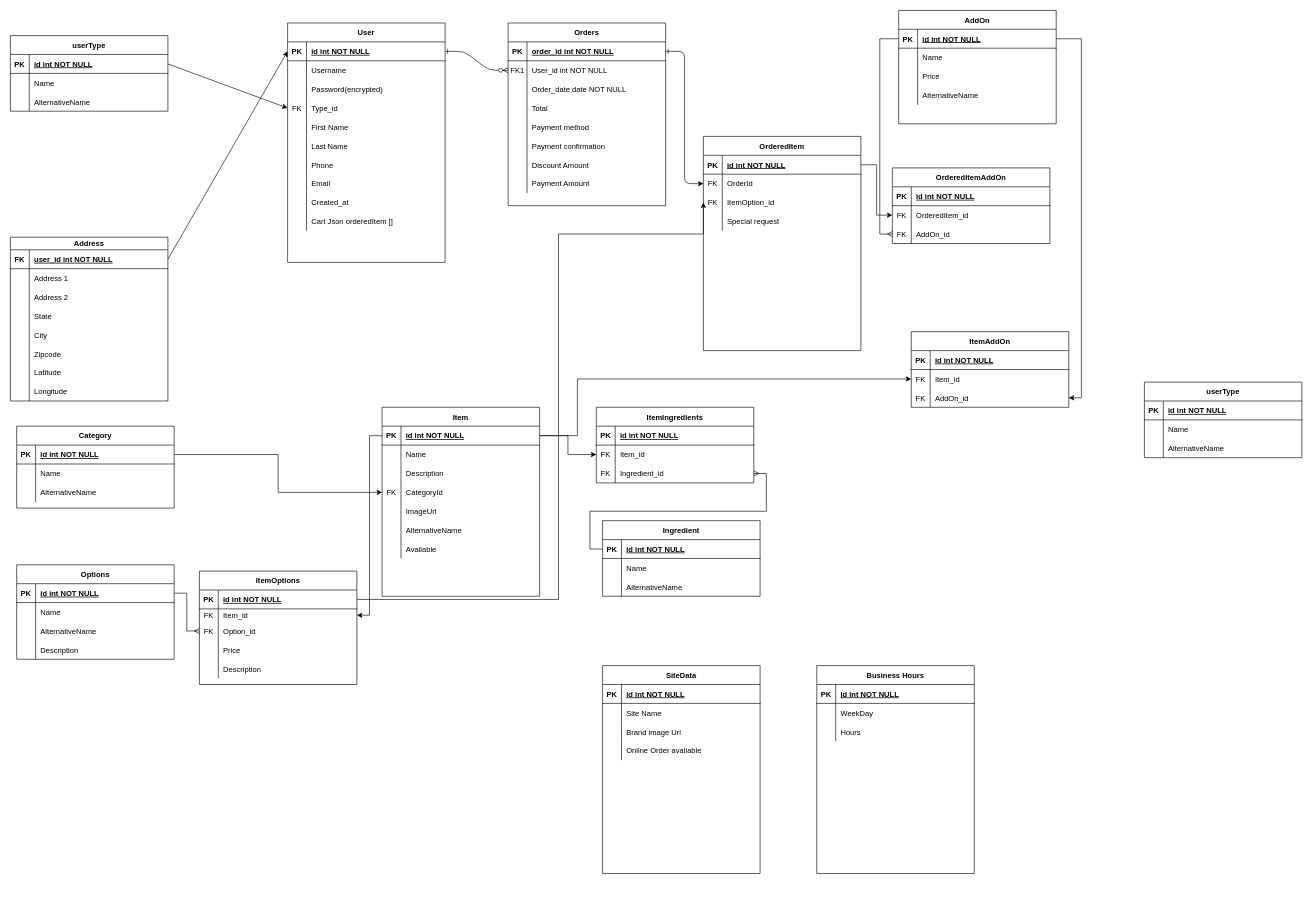
Earlier version of the draw.io diagram database-relationship.drawio (w286432531/ai-restaurant-app). Source tidied: cells renumbered, new cells numbered last; positions are measured from the earlier drawing's top-left corner, leaving out a move shared by most shapes. Both pictures are drawn from the tidied source at 63%, with x=0, y=0 at pixel (10, 10).
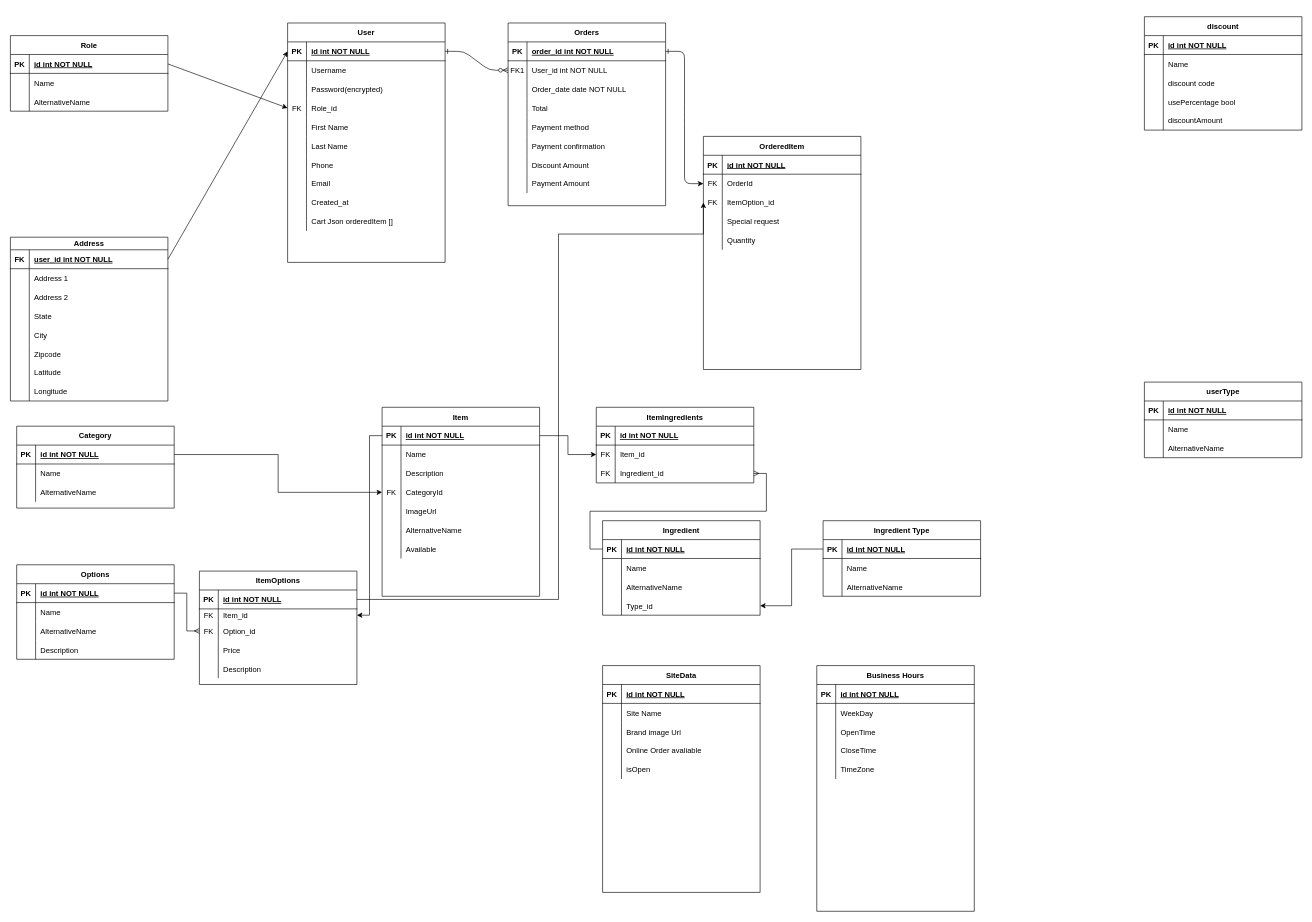
The same diagram, later.

Commit message (it also covers changes not shown here):
Modify schema file and drawing

Changed all decimal to int
Add comments
Replaced add on tables and relationships with ingredients.

Unchanged cells that the change refers to:
```xml
<mxCell id="39" style="shape=partialRectangle;fillColor=none;points=[[0,0.5],[1,0.5]];portConstraint=eastwest;top=0;left=0;right=0;bottom=0;" parent="29" vertex="1">
  <mxGeometry y="120" width="250" height="30" as="geometry" />
</mxCell>
<mxCell id="71" style="shape=partialRectangle;fillColor=none;points=[[0,0.5],[1,0.5]];portConstraint=eastwest;top=0;left=0;right=0;bottom=1;" parent="70" vertex="1">
  <mxGeometry y="30" width="250" height="30" as="geometry" />
</mxCell>
<mxCell id="207" style="shape=partialRectangle;fillColor=none;points=[[0,0.5],[1,0.5]];portConstraint=eastwest;top=0;left=0;right=0;bottom=1;" parent="206" vertex="1">
  <mxGeometry y="30" width="250" height="30" as="geometry" />
</mxCell>
<mxCell id="264" style="shape=partialRectangle;fillColor=none;top=0;left=0;right=0;bottom=0;" parent="257" vertex="1">
  <mxGeometry y="90" width="250" height="30" as="geometry" />
</mxCell>
```

What changed in the source:
```diff
@@
-    <mxCell id="41" value="Type_id" style="shape=partialRectangle;overflow=hidden;fillColor=none;top=0;left=0;bottom=0;right=0;align=left;spacingLeft=6;" parent="39" vertex="1">
+    <mxCell id="41" value="Role_id" style="shape=partialRectangle;overflow=hidden;fillColor=none;top=0;left=0;bottom=0;right=0;align=left;spacingLeft=6;" parent="39" vertex="1">
       <mxGeometry x="30" width="220" height="30" as="geometry" />
     </mxCell>
@@
-    <mxCell id="117" value="userType" style="shape=table;startSize=30;childLayout=tableLayout;rowLines=0;fontStyle=1;align=center;" parent="1" vertex="1">
+    <mxCell id="117" value="Role" style="shape=table;startSize=30;childLayout=tableLayout;rowLines=0;fontStyle=1;align=center;" parent="1" vertex="1">
       <mxGeometry y="40" width="250" height="120" as="geometry" />
     </mxCell>
@@
-    <mxCell id="143" value="AddOn" style="shape=table;startSize=30;childLayout=tableLayout;rowLines=0;fontStyle=1;align=center;" parent="1" vertex="1">
-      <mxGeometry x="1410" width="250" height="180" as="geometry" />
-    </mxCell>
-    <mxCell id="144" style="shape=partialRectangle;fillColor=none;points=[[0,0.5],[1,0.5]];portConstraint=eastwest;top=0;left=0;right=0;bottom=1;" parent="143" vertex="1">
-      <mxGeometry y="30" width="250" height="30" as="geometry" />
-    </mxCell>
-    <mxCell id="145" value="PK" style="shape=partialRectangle;overflow=hidden;fillColor=none;top=0;left=0;bottom=0;right=0;fontStyle=1;" parent="144" vertex="1">
-      <mxGeometry width="30" height="30" as="geometry" />
-    </mxCell>
-    <mxCell id="146" value="id int NOT NULL " style="shape=partialRectangle;overflow=hidden;fillColor=none;top=0;left=0;bottom=0;right=0;align=left;spacingLeft=6;fontStyle=5;" parent="144" vertex="1">
-      <mxGeometry x="30" width="220" height="30" as="geometry" />
-    </mxCell>
-    <mxCell id="147" style="shape=partialRectangle;fillColor=none;top=0;left=0;right=0;bottom=0;" parent="143" vertex="1">
-      <mxGeometry y="60" width="250" height="30" as="geometry" />
-    </mxCell>
-    <mxCell id="148" style="shape=partialRectangle;overflow=hidden;fillColor=none;top=0;left=0;bottom=0;right=0;" parent="147" vertex="1">
-      <mxGeometry width="30" height="30" as="geometry" />
-    </mxCell>
-    <mxCell id="149" value="Name" style="shape=partialRectangle;overflow=hidden;fillColor=none;top=0;left=0;bottom=0;right=0;align=left;spacingLeft=6;" parent="147" vertex="1">
-      <mxGeometry x="30" width="220" height="30" as="geometry" />
-    </mxCell>
-    <mxCell id="150" style="shape=partialRectangle;fillColor=none;top=0;left=0;right=0;bottom=0;" parent="143" vertex="1">
-      <mxGeometry y="90" width="250" height="30" as="geometry" />
-    </mxCell>
-    <mxCell id="151" style="shape=partialRectangle;overflow=hidden;fillColor=none;top=0;left=0;bottom=0;right=0;" parent="150" vertex="1">
-      <mxGeometry width="30" height="30" as="geometry" />
-    </mxCell>
-    <mxCell id="152" value="Price" style="shape=partialRectangle;overflow=hidden;fillColor=none;top=0;left=0;bottom=0;right=0;align=left;spacingLeft=6;" parent="150" vertex="1">
-      <mxGeometry x="30" width="220" height="30" as="geometry" />
-    </mxCell>
-    <mxCell id="153" style="shape=partialRectangle;fillColor=none;top=0;left=0;right=0;bottom=0;" parent="143" vertex="1">
-      <mxGeometry y="120" width="250" height="30" as="geometry" />
-    </mxCell>
-    <mxCell id="154" style="shape=partialRectangle;overflow=hidden;fillColor=none;top=0;left=0;bottom=0;right=0;" parent="153" vertex="1">
-      <mxGeometry width="30" height="30" as="geometry" />
-    </mxCell>
-    <mxCell id="155" value="AlternativeName" style="shape=partialRectangle;overflow=hidden;fillColor=none;top=0;left=0;bottom=0;right=0;align=left;spacingLeft=6;" parent="153" vertex="1">
-      <mxGeometry x="30" width="220" height="30" as="geometry" />
-    </mxCell>
@@
     <mxCell id="184" value="Ingredient" style="shape=table;startSize=30;childLayout=tableLayout;rowLines=0;fontStyle=1;align=center;" parent="1" vertex="1">
-      <mxGeometry x="940" y="810" width="250" height="120" as="geometry" />
+      <mxGeometry x="940" y="810" width="250" height="150" as="geometry" />
     </mxCell>
@@
+    <mxCell id="267" style="shape=partialRectangle;fillColor=none;points=[[0,0.5],[1,0.5]];portConstraint=eastwest;top=0;left=0;right=0;bottom=0;" parent="184" vertex="1">
+      <mxGeometry y="120" width="250" height="30" as="geometry" />
+    </mxCell>
+    <mxCell id="268" style="shape=partialRectangle;overflow=hidden;fillColor=none;top=0;left=0;bottom=0;right=0;" parent="267" vertex="1">
+      <mxGeometry width="30" height="30" as="geometry" />
+    </mxCell>
+    <mxCell id="269" value="Type_id" style="shape=partialRectangle;overflow=hidden;fillColor=none;top=0;left=0;bottom=0;right=0;align=left;spacingLeft=6;" parent="267" vertex="1">
+      <mxGeometry x="30" width="220" height="30" as="geometry" />
+    </mxCell>
@@
     <mxCell id="206" value="OrderedItem" style="shape=table;startSize=30;childLayout=tableLayout;rowLines=0;fontStyle=1;align=center;" parent="1" vertex="1">
-      <mxGeometry x="1100" y="200" width="250" height="340" as="geometry" />
+      <mxGeometry x="1100" y="200" width="250" height="370" as="geometry" />
     </mxCell>
@@
-    <mxCell id="219" value="OrderedItemAddOn" style="shape=table;startSize=30;childLayout=tableLayout;rowLines=0;fontStyle=1;align=center;" parent="1" vertex="1">
-      <mxGeometry x="1400" y="250" width="250" height="120" as="geometry" />
-    </mxCell>
-    <mxCell id="220" style="shape=partialRectangle;fillColor=none;top=0;left=0;right=0;bottom=1;" parent="219" vertex="1">
-      <mxGeometry y="30" width="250" height="30" as="geometry" />
-    </mxCell>
-    <mxCell id="221" value="PK" style="shape=partialRectangle;overflow=hidden;fillColor=none;top=0;left=0;bottom=0;right=0;fontStyle=1;" parent="220" vertex="1">
-      <mxGeometry width="30" height="30" as="geometry" />
-    </mxCell>
-    <mxCell id="222" value="id int NOT NULL " style="shape=partialRectangle;overflow=hidden;fillColor=none;top=0;left=0;bottom=0;right=0;align=left;spacingLeft=6;fontStyle=5;" parent="220" vertex="1">
-      <mxGeometry x="30" width="220" height="30" as="geometry" />
-    </mxCell>
-    <mxCell id="223" style="shape=partialRectangle;fillColor=none;points=[[0,0.5],[1,0.5]];portConstraint=eastwest;top=0;left=0;right=0;bottom=0;" parent="219" vertex="1">
-      <mxGeometry y="60" width="250" height="30" as="geometry" />
-    </mxCell>
-    <mxCell id="224" value="FK" style="shape=partialRectangle;overflow=hidden;fillColor=none;top=0;left=0;bottom=0;right=0;" parent="223" vertex="1">
-      <mxGeometry width="30" height="30" as="geometry" />
-    </mxCell>
-    <mxCell id="225" value="OrderedItem_id" style="shape=partialRectangle;overflow=hidden;fillColor=none;top=0;left=0;bottom=0;right=0;align=left;spacingLeft=6;" parent="223" vertex="1">
-      <mxGeometry x="30" width="220" height="30" as="geometry" />
-    </mxCell>
-    <mxCell id="226" style="shape=partialRectangle;fillColor=none;points=[[0,0.5],[1,0.5]];portConstraint=eastwest;top=0;left=0;right=0;bottom=0;" parent="219" vertex="1">
-      <mxGeometry y="90" width="250" height="30" as="geometry" />
-    </mxCell>
-    <mxCell id="227" value="FK" style="shape=partialRectangle;overflow=hidden;fillColor=none;top=0;left=0;bottom=0;right=0;" parent="226" vertex="1">
-      <mxGeometry width="30" height="30" as="geometry" />
-    </mxCell>
-    <mxCell id="228" value="AddOn_id" style="shape=partialRectangle;overflow=hidden;fillColor=none;top=0;left=0;bottom=0;right=0;align=left;spacingLeft=6;" parent="226" vertex="1">
-      <mxGeometry x="30" width="220" height="30" as="geometry" />
-    </mxCell>
+    <mxCell id="270" style="shape=partialRectangle;fillColor=none;top=0;left=0;right=0;bottom=0;" parent="206" vertex="1">
+      <mxGeometry y="150" width="250" height="30" as="geometry" />
+    </mxCell>
+    <mxCell id="271" style="shape=partialRectangle;overflow=hidden;fillColor=none;top=0;left=0;bottom=0;right=0;" parent="270" vertex="1">
+      <mxGeometry width="30" height="30" as="geometry" />
+    </mxCell>
+    <mxCell id="272" value="Quantity" style="shape=partialRectangle;overflow=hidden;fillColor=none;top=0;left=0;bottom=0;right=0;align=left;spacingLeft=6;" parent="270" vertex="1">
+      <mxGeometry x="30" width="220" height="30" as="geometry" />
+    </mxCell>
@@
-    <mxCell id="230" style="edgeStyle=orthogonalEdgeStyle;rounded=0;jettySize=auto;html=1;entryX=0;entryY=0.5;entryDx=0;entryDy=0;endArrow=ERmany;endFill=0;" parent="1" edge="1" source="144" target="226">
-      <mxGeometry relative="1" as="geometry" />
-    </mxCell>
-    <mxCell id="231" style="edgeStyle=orthogonalEdgeStyle;rounded=0;jettySize=auto;html=1;endArrow=classic;endFill=1;" parent="1" edge="1" source="207" target="223">
-      <mxGeometry relative="1" as="geometry" />
-    </mxCell>
-    <mxCell id="232" value="ItemAddOn" style="shape=table;startSize=30;childLayout=tableLayout;rowLines=0;fontStyle=1;align=center;" parent="1" vertex="1">
-      <mxGeometry x="1430" y="510" width="250" height="120" as="geometry" />
-    </mxCell>
-    <mxCell id="233" style="shape=partialRectangle;fillColor=none;top=0;left=0;right=0;bottom=1;" parent="232" vertex="1">
-      <mxGeometry y="30" width="250" height="30" as="geometry" />
-    </mxCell>
-    <mxCell id="234" value="PK" style="shape=partialRectangle;overflow=hidden;fillColor=none;top=0;left=0;bottom=0;right=0;fontStyle=1;" parent="233" vertex="1">
-      <mxGeometry width="30" height="30" as="geometry" />
-    </mxCell>
-    <mxCell id="235" value="id int NOT NULL " style="shape=partialRectangle;overflow=hidden;fillColor=none;top=0;left=0;bottom=0;right=0;align=left;spacingLeft=6;fontStyle=5;" parent="233" vertex="1">
-      <mxGeometry x="30" width="220" height="30" as="geometry" />
-    </mxCell>
-    <mxCell id="236" style="shape=partialRectangle;fillColor=none;points=[[0,0.5],[1,0.5]];portConstraint=eastwest;top=0;left=0;right=0;bottom=0;" parent="232" vertex="1">
-      <mxGeometry y="60" width="250" height="30" as="geometry" />
-    </mxCell>
-    <mxCell id="237" value="FK" style="shape=partialRectangle;overflow=hidden;fillColor=none;top=0;left=0;bottom=0;right=0;" parent="236" vertex="1">
-      <mxGeometry width="30" height="30" as="geometry" />
-    </mxCell>
-    <mxCell id="238" value="Item_id" style="shape=partialRectangle;overflow=hidden;fillColor=none;top=0;left=0;bottom=0;right=0;align=left;spacingLeft=6;" parent="236" vertex="1">
-      <mxGeometry x="30" width="220" height="30" as="geometry" />
-    </mxCell>
-    <mxCell id="239" style="shape=partialRectangle;fillColor=none;points=[[0,0.5],[1,0.5]];portConstraint=eastwest;top=0;left=0;right=0;bottom=0;" parent="232" vertex="1">
-      <mxGeometry y="90" width="250" height="30" as="geometry" />
-    </mxCell>
-    <mxCell id="240" value="FK" style="shape=partialRectangle;overflow=hidden;fillColor=none;top=0;left=0;bottom=0;right=0;" parent="239" vertex="1">
-      <mxGeometry width="30" height="30" as="geometry" />
-    </mxCell>
-    <mxCell id="241" value="AddOn_id" style="shape=partialRectangle;overflow=hidden;fillColor=none;top=0;left=0;bottom=0;right=0;align=left;spacingLeft=6;" parent="239" vertex="1">
-      <mxGeometry x="30" width="220" height="30" as="geometry" />
-    </mxCell>
-    <mxCell id="242" style="edgeStyle=orthogonalEdgeStyle;rounded=0;jettySize=auto;html=1;entryX=1;entryY=0.5;entryDx=0;entryDy=0;endArrow=classic;endFill=1;" parent="1" edge="1" source="144" target="239">
-      <mxGeometry relative="1" as="geometry" />
-    </mxCell>
-    <mxCell id="243" style="edgeStyle=orthogonalEdgeStyle;rounded=0;jettySize=auto;html=1;endArrow=classic;endFill=1;entryX=0;entryY=0.5;entryDx=0;entryDy=0;" parent="1" edge="1" source="71" target="236">
-      <mxGeometry relative="1" as="geometry">
-        <Array as="points">
-          <mxPoint x="900" y="675" />
-          <mxPoint x="900" y="585" />
-        </Array>
-      </mxGeometry>
-    </mxCell>
     <mxCell id="244" value="SiteData" style="shape=table;startSize=30;childLayout=tableLayout;rowLines=0;fontStyle=1;align=center;" parent="1" vertex="1">
-      <mxGeometry x="940" y="1040" width="250" height="330" as="geometry" />
+      <mxGeometry x="940" y="1040" width="250" height="360" as="geometry" />
     </mxCell>
@@
+    <mxCell id="273" style="shape=partialRectangle;fillColor=none;top=0;left=0;right=0;bottom=0;" parent="244" vertex="1">
+      <mxGeometry y="150" width="250" height="30" as="geometry" />
+    </mxCell>
+    <mxCell id="274" style="shape=partialRectangle;overflow=hidden;fillColor=none;top=0;left=0;bottom=0;right=0;" parent="273" vertex="1">
+      <mxGeometry width="30" height="30" as="geometry" />
+    </mxCell>
+    <mxCell id="275" value="isOpen" style="shape=partialRectangle;overflow=hidden;fillColor=none;top=0;left=0;bottom=0;right=0;align=left;spacingLeft=6;" parent="273" vertex="1">
+      <mxGeometry x="30" width="220" height="30" as="geometry" />
+    </mxCell>
     <mxCell id="257" value="Business Hours" style="shape=table;startSize=30;childLayout=tableLayout;rowLines=0;fontStyle=1;align=center;" parent="1" vertex="1">
-      <mxGeometry x="1280" y="1040" width="250" height="330" as="geometry" />
+      <mxGeometry x="1280" y="1040" width="250" height="390" as="geometry" />
     </mxCell>
@@
-    <mxCell id="266" value="Hours" style="shape=partialRectangle;overflow=hidden;fillColor=none;top=0;left=0;bottom=0;right=0;align=left;spacingLeft=6;" parent="264" vertex="1">
+    <mxCell id="266" value="OpenTime" style="shape=partialRectangle;overflow=hidden;fillColor=none;top=0;left=0;bottom=0;right=0;align=left;spacingLeft=6;" parent="264" vertex="1">
       <mxGeometry x="30" width="220" height="30" as="geometry" />
     </mxCell>
+    <mxCell id="276" style="shape=partialRectangle;fillColor=none;top=0;left=0;right=0;bottom=0;" parent="257" vertex="1">
+      <mxGeometry y="120" width="250" height="30" as="geometry" />
+    </mxCell>
+    <mxCell id="277" style="shape=partialRectangle;overflow=hidden;fillColor=none;top=0;left=0;bottom=0;right=0;" parent="276" vertex="1">
+      <mxGeometry width="30" height="30" as="geometry" />
+    </mxCell>
+    <mxCell id="278" value="CloseTime" style="shape=partialRectangle;overflow=hidden;fillColor=none;top=0;left=0;bottom=0;right=0;align=left;spacingLeft=6;" parent="276" vertex="1">
+      <mxGeometry x="30" width="220" height="30" as="geometry" />
+    </mxCell>
+    <mxCell id="279" style="shape=partialRectangle;fillColor=none;top=0;left=0;right=0;bottom=0;" parent="257" vertex="1">
+      <mxGeometry y="150" width="250" height="30" as="geometry" />
+    </mxCell>
+    <mxCell id="280" style="shape=partialRectangle;overflow=hidden;fillColor=none;top=0;left=0;bottom=0;right=0;" parent="279" vertex="1">
+      <mxGeometry width="30" height="30" as="geometry" />
+    </mxCell>
+    <mxCell id="281" value="TimeZone" style="shape=partialRectangle;overflow=hidden;fillColor=none;top=0;left=0;bottom=0;right=0;align=left;spacingLeft=6;" parent="279" vertex="1">
+      <mxGeometry x="30" width="220" height="30" as="geometry" />
+    </mxCell>
+    <mxCell id="282" value="Ingredient Type" style="shape=table;startSize=30;childLayout=tableLayout;rowLines=0;fontStyle=1;align=center;" parent="1" vertex="1">
+      <mxGeometry x="1290" y="810" width="250" height="120" as="geometry" />
+    </mxCell>
+    <mxCell id="283" style="shape=partialRectangle;fillColor=none;points=[[0,0.5],[1,0.5]];portConstraint=eastwest;top=0;left=0;right=0;bottom=1;" parent="282" vertex="1">
+      <mxGeometry y="30" width="250" height="30" as="geometry" />
+    </mxCell>
+    <mxCell id="284" value="PK" style="shape=partialRectangle;overflow=hidden;fillColor=none;top=0;left=0;bottom=0;right=0;fontStyle=1;" parent="283" vertex="1">
+      <mxGeometry width="30" height="30" as="geometry" />
+    </mxCell>
+    <mxCell id="285" value="id int NOT NULL " style="shape=partialRectangle;overflow=hidden;fillColor=none;top=0;left=0;bottom=0;right=0;align=left;spacingLeft=6;fontStyle=5;" parent="283" vertex="1">
+      <mxGeometry x="30" width="220" height="30" as="geometry" />
+    </mxCell>
+    <mxCell id="286" style="shape=partialRectangle;fillColor=none;top=0;left=0;right=0;bottom=0;" parent="282" vertex="1">
+      <mxGeometry y="60" width="250" height="30" as="geometry" />
+    </mxCell>
+    <mxCell id="287" style="shape=partialRectangle;overflow=hidden;fillColor=none;top=0;left=0;bottom=0;right=0;" parent="286" vertex="1">
+      <mxGeometry width="30" height="30" as="geometry" />
+    </mxCell>
+    <mxCell id="288" value="Name" style="shape=partialRectangle;overflow=hidden;fillColor=none;top=0;left=0;bottom=0;right=0;align=left;spacingLeft=6;" parent="286" vertex="1">
+      <mxGeometry x="30" width="220" height="30" as="geometry" />
+    </mxCell>
+    <mxCell id="289" style="shape=partialRectangle;fillColor=none;top=0;left=0;right=0;bottom=0;" parent="282" vertex="1">
+      <mxGeometry y="90" width="250" height="30" as="geometry" />
+    </mxCell>
+    <mxCell id="290" style="shape=partialRectangle;overflow=hidden;fillColor=none;top=0;left=0;bottom=0;right=0;" parent="289" vertex="1">
+      <mxGeometry width="30" height="30" as="geometry" />
+    </mxCell>
+    <mxCell id="155" value="AlternativeName" style="shape=partialRectangle;overflow=hidden;fillColor=none;top=0;left=0;bottom=0;right=0;align=left;spacingLeft=6;" parent="289" vertex="1">
+      <mxGeometry x="30" width="220" height="30" as="geometry" />
+    </mxCell>
+    <mxCell id="291" style="edgeStyle=orthogonalEdgeStyle;rounded=0;jettySize=auto;html=1;entryX=1;entryY=0.5;entryDx=0;entryDy=0;endArrow=classic;endFill=1;" parent="1" edge="1" source="283" target="267">
+      <mxGeometry relative="1" as="geometry" />
+    </mxCell>
+    <mxCell id="292" value="discount" style="shape=table;startSize=30;childLayout=tableLayout;rowLines=0;fontStyle=1;align=center;" parent="1" vertex="1">
+      <mxGeometry x="1800" y="10" width="250" height="180" as="geometry" />
+    </mxCell>
+    <mxCell id="293" style="shape=partialRectangle;fillColor=none;top=0;left=0;right=0;bottom=1;" parent="292" vertex="1">
+      <mxGeometry y="30" width="250" height="30" as="geometry" />
+    </mxCell>
+    <mxCell id="294" value="PK" style="shape=partialRectangle;overflow=hidden;fillColor=none;top=0;left=0;bottom=0;right=0;fontStyle=1;" parent="293" vertex="1">
+      <mxGeometry width="30" height="30" as="geometry" />
+    </mxCell>
+    <mxCell id="295" value="id int NOT NULL " style="shape=partialRectangle;overflow=hidden;fillColor=none;top=0;left=0;bottom=0;right=0;align=left;spacingLeft=6;fontStyle=5;" parent="293" vertex="1">
+      <mxGeometry x="30" width="220" height="30" as="geometry" />
+    </mxCell>
+    <mxCell id="296" style="shape=partialRectangle;fillColor=none;top=0;left=0;right=0;bottom=0;" parent="292" vertex="1">
+      <mxGeometry y="60" width="250" height="30" as="geometry" />
+    </mxCell>
+    <mxCell id="297" style="shape=partialRectangle;overflow=hidden;fillColor=none;top=0;left=0;bottom=0;right=0;" parent="296" vertex="1">
+      <mxGeometry width="30" height="30" as="geometry" />
+    </mxCell>
+    <mxCell id="298" value="Name" style="shape=partialRectangle;overflow=hidden;fillColor=none;top=0;left=0;bottom=0;right=0;align=left;spacingLeft=6;" parent="296" vertex="1">
+      <mxGeometry x="30" width="220" height="30" as="geometry" />
+    </mxCell>
+    <mxCell id="299" style="shape=partialRectangle;fillColor=none;top=0;left=0;right=0;bottom=0;" parent="292" vertex="1">
+      <mxGeometry y="90" width="250" height="30" as="geometry" />
+    </mxCell>
+    <mxCell id="300" style="shape=partialRectangle;overflow=hidden;fillColor=none;top=0;left=0;bottom=0;right=0;" parent="299" vertex="1">
+      <mxGeometry width="30" height="30" as="geometry" />
+    </mxCell>
+    <mxCell id="301" value="discount code" style="shape=partialRectangle;overflow=hidden;fillColor=none;top=0;left=0;bottom=0;right=0;align=left;spacingLeft=6;" parent="299" vertex="1">
+      <mxGeometry x="30" width="220" height="30" as="geometry" />
+    </mxCell>
+    <mxCell id="302" style="shape=partialRectangle;fillColor=none;top=0;left=0;right=0;bottom=0;" parent="292" vertex="1">
+      <mxGeometry y="120" width="250" height="30" as="geometry" />
+    </mxCell>
+    <mxCell id="303" style="shape=partialRectangle;overflow=hidden;fillColor=none;top=0;left=0;bottom=0;right=0;" parent="302" vertex="1">
+      <mxGeometry width="30" height="30" as="geometry" />
+    </mxCell>
+    <mxCell id="304" value="usePercentage bool" style="shape=partialRectangle;overflow=hidden;fillColor=none;top=0;left=0;bottom=0;right=0;align=left;spacingLeft=6;" parent="302" vertex="1">
+      <mxGeometry x="30" width="220" height="30" as="geometry" />
+    </mxCell>
+    <mxCell id="305" style="shape=partialRectangle;fillColor=none;top=0;left=0;right=0;bottom=0;" parent="292" vertex="1">
+      <mxGeometry y="150" width="250" height="30" as="geometry" />
+    </mxCell>
+    <mxCell id="306" style="shape=partialRectangle;overflow=hidden;fillColor=none;top=0;left=0;bottom=0;right=0;" parent="305" vertex="1">
+      <mxGeometry width="30" height="30" as="geometry" />
+    </mxCell>
+    <mxCell id="307" value="discountAmount" style="shape=partialRectangle;overflow=hidden;fillColor=none;top=0;left=0;bottom=0;right=0;align=left;spacingLeft=6;" parent="305" vertex="1">
+      <mxGeometry x="30" width="220" height="30" as="geometry" />
+    </mxCell>
```
